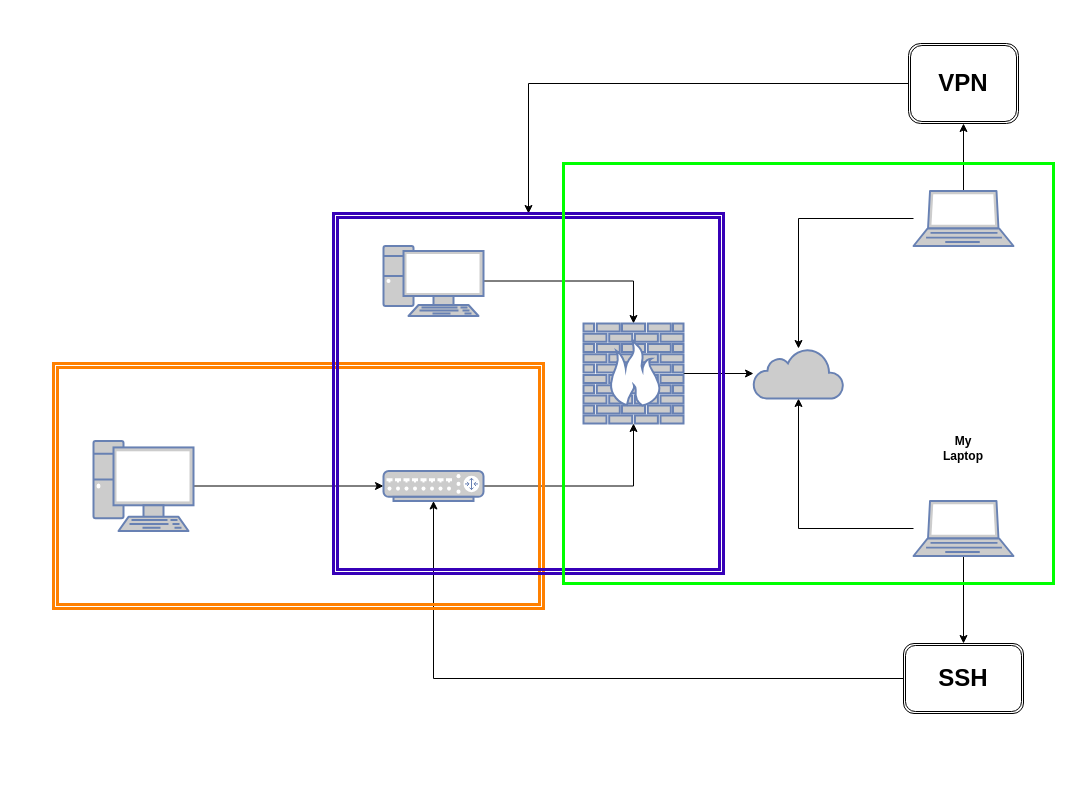
This is Copy of network.drawio from ppvnf/diagramnetworklab2, a draw.io file, before an edit. Source tidied: cells renumbered, new cells numbered last; positions are measured from the earlier drawing's top-left corner, leaving out a move shared by most shapes. Both pictures are drawn from the tidied source at 100%, with x=0, y=0 at pixel (53, 43).
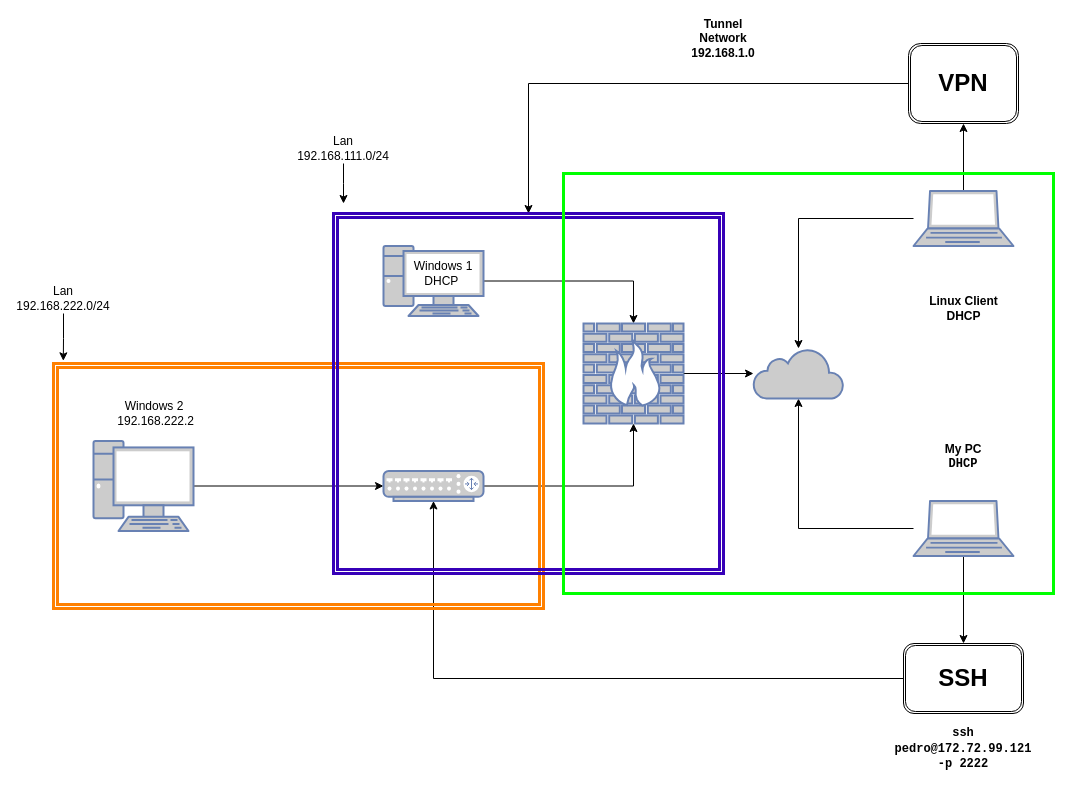
After the change.

Unchanged cells that the change refers to:
```xml
<mxCell id="21" style="shape=ext;double=1;rounded=0;whiteSpace=wrap;html=1;fillColor=none;strokeColor=#FF8000;strokeWidth=3;" parent="1" vertex="1">
  <mxGeometry y="320" width="490" height="245" as="geometry" />
</mxCell>
```

Change to the diagram source:
```diff
@@
     <mxCell id="23" style="rounded=0;whiteSpace=wrap;html=1;fillColor=none;strokeColor=#00FF00;strokeWidth=3;" parent="1" vertex="1">
-      <mxGeometry x="510" y="120" width="490" height="420" as="geometry" />
+      <mxGeometry x="510" y="130" width="490" height="420" as="geometry" />
     </mxCell>
-    <mxCell id="24" value="My Laptop" style="text;html=1;align=center;verticalAlign=middle;whiteSpace=wrap;rounded=0;fontStyle=1;" parent="1" vertex="1">
-      <mxGeometry x="880" y="390" width="60" height="30" as="geometry" />
+    <mxCell id="24" value="My PC&lt;div&gt;&lt;span style=&quot;font-family:monospace&quot;&gt;&lt;span style=&quot;background-color: rgb(255, 255, 255);&quot;&gt;DHCP&lt;/span&gt;&lt;/span&gt;&lt;/div&gt;" style="text;html=1;align=center;verticalAlign=middle;whiteSpace=wrap;rounded=0;fontStyle=1;" parent="1" vertex="1">
+      <mxGeometry x="860" y="397.5" width="100" height="30" as="geometry" />
     </mxCell>
+    <mxCell id="25" value="&lt;b&gt;Linux Client&lt;/b&gt;&lt;div&gt;&lt;b&gt;DHCP&lt;/b&gt;&lt;/div&gt;" style="text;html=1;align=center;verticalAlign=middle;whiteSpace=wrap;rounded=0;" parent="1" vertex="1">
+      <mxGeometry x="870.5" y="250" width="79" height="30" as="geometry" />
+    </mxCell>
+    <mxCell id="26" value="Windows 2&lt;div&gt;&amp;nbsp;192.168.222.2&lt;/div&gt;" style="text;html=1;align=center;verticalAlign=middle;whiteSpace=wrap;rounded=0;" parent="1" vertex="1">
+      <mxGeometry x="61" y="355" width="80" height="30" as="geometry" />
+    </mxCell>
+    <mxCell id="27" value="Windows 1 DHCP&amp;nbsp;" style="text;html=1;align=center;verticalAlign=middle;whiteSpace=wrap;rounded=0;" parent="1" vertex="1">
+      <mxGeometry x="350" y="220" width="80" height="20" as="geometry" />
+    </mxCell>
+    <mxCell id="28" value="Lan 192.168.222.0/24" style="text;html=1;align=center;verticalAlign=middle;whiteSpace=wrap;rounded=0;" parent="1" vertex="1">
+      <mxGeometry x="-20" y="240" width="60" height="30" as="geometry" />
+    </mxCell>
+    <mxCell id="29" style="edgeStyle=orthogonalEdgeStyle;rounded=0;jettySize=auto;html=1;entryX=0.02;entryY=-0.011;entryDx=0;entryDy=0;entryPerimeter=0;" parent="1" edge="1" source="28" target="21">
+      <mxGeometry relative="1" as="geometry" />
+    </mxCell>
+    <mxCell id="30" style="edgeStyle=orthogonalEdgeStyle;rounded=0;jettySize=auto;html=1;" parent="1" edge="1" source="31">
+      <mxGeometry relative="1" as="geometry">
+        <mxPoint x="290" y="160" as="targetPoint" />
+      </mxGeometry>
+    </mxCell>
+    <mxCell id="31" value="Lan 192.168.111.0/24" style="text;html=1;align=center;verticalAlign=middle;whiteSpace=wrap;rounded=0;" parent="1" vertex="1">
+      <mxGeometry x="260" y="90" width="60" height="30" as="geometry" />
+    </mxCell>
+    <mxCell id="32" value="&lt;span style=&quot;font-family: monospace; font-weight: 700; background-color: rgb(255, 255, 255);&quot;&gt;ssh pedro@172.72.99.121 -p 2222&lt;/span&gt;" style="text;html=1;align=center;verticalAlign=middle;whiteSpace=wrap;rounded=0;" parent="1" vertex="1">
+      <mxGeometry x="880" y="690" width="60" height="30" as="geometry" />
+    </mxCell>
+    <mxCell id="33" value="&lt;div&gt;&lt;b style=&quot;background-color: initial;&quot;&gt;Tunnel Network 192.168.1.0&lt;/b&gt;&lt;/div&gt;" style="text;html=1;align=center;verticalAlign=middle;whiteSpace=wrap;rounded=0;" parent="1" vertex="1">
+      <mxGeometry x="640" y="-20" width="60" height="30" as="geometry" />
+    </mxCell>
```
